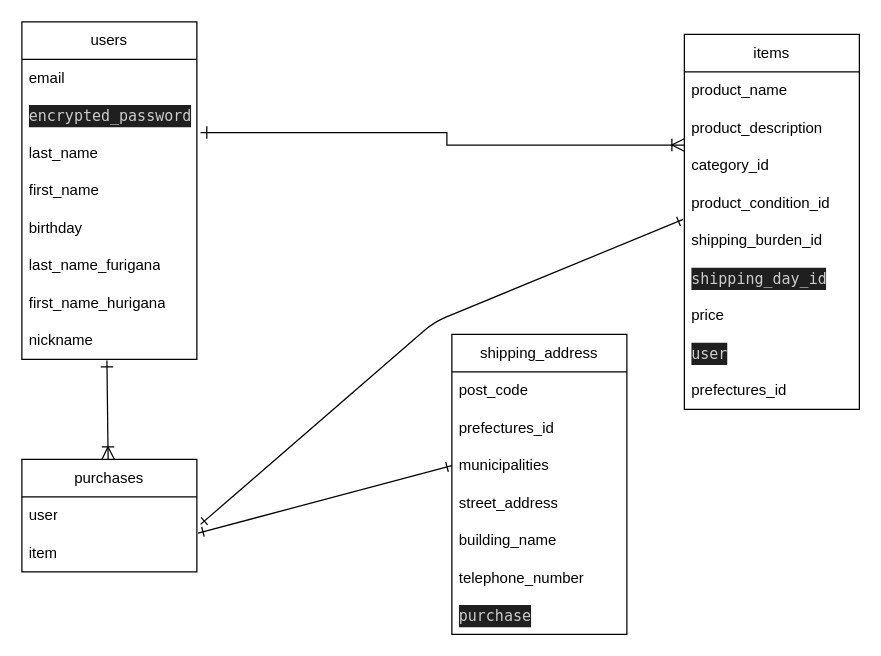
This is app/views/test.dio from nagano19840910/furima-40222, a draw.io file, before an edit. Source tidied: cells renumbered, new cells numbered last; positions are measured from the earlier drawing's top-left corner, leaving out a move shared by most shapes. Both pictures are drawn from the tidied source at 125%, with x=0, y=0 at pixel (21, 21).
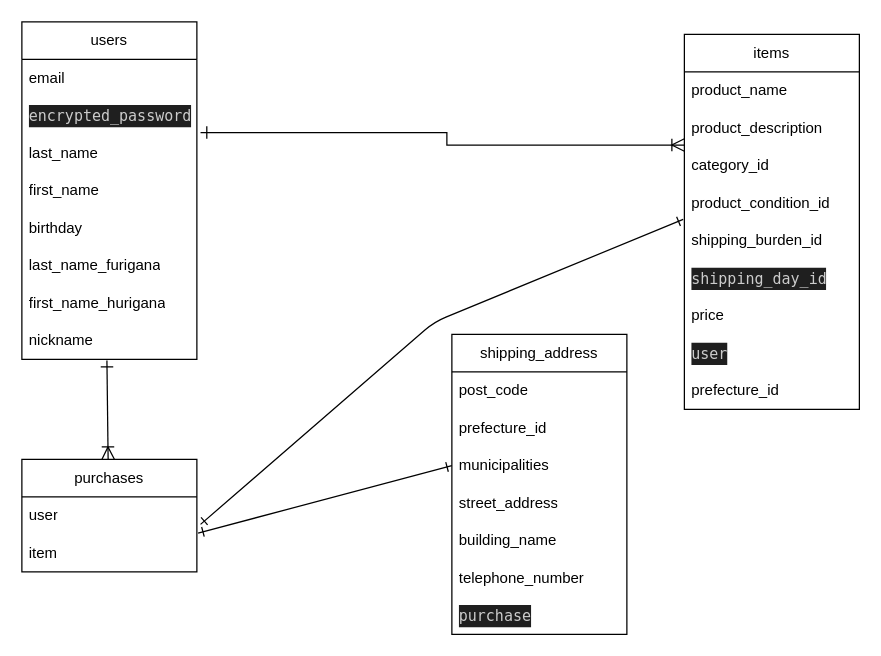
The same diagram, later.

Commit message (it also covers changes not shown here):
データベースコミット１５

Unchanged cells that the change refers to:
```xml
<mxCell id="11" value="items" style="swimlane;fontStyle=0;horizontal=1;startSize=30;whiteSpace=wrap;html=1;" parent="1" vertex="1">
  <mxGeometry x="530" y="10" width="140" height="300" as="geometry" />
</mxCell>
<mxCell id="26" value="shipping_address" style="swimlane;fontStyle=0;horizontal=1;startSize=30;whiteSpace=wrap;html=1;" parent="1" vertex="1">
  <mxGeometry x="344" y="250" width="140" height="240" as="geometry" />
</mxCell>
```

The edit, as a diff of the source:
```diff
@@
-    <mxCell id="20" value="prefectures_id" style="text;strokeColor=none;fillColor=none;align=left;verticalAlign=middle;spacingLeft=4;spacingRight=4;overflow=hidden;whiteSpace=wrap;html=1;" parent="11" vertex="1">
+    <mxCell id="20" value="prefecture_id" style="text;strokeColor=none;fillColor=none;align=left;verticalAlign=middle;spacingLeft=4;spacingRight=4;overflow=hidden;whiteSpace=wrap;html=1;" parent="11" vertex="1">
       <mxGeometry y="270" width="140" height="30" as="geometry" />
     </mxCell>
@@
-    <mxCell id="28" value="prefectures_id" style="text;strokeColor=none;fillColor=none;align=left;verticalAlign=middle;spacingLeft=4;spacingRight=4;overflow=hidden;whiteSpace=wrap;html=1;" parent="26" vertex="1">
+    <mxCell id="28" value="prefecture_id" style="text;strokeColor=none;fillColor=none;align=left;verticalAlign=middle;spacingLeft=4;spacingRight=4;overflow=hidden;whiteSpace=wrap;html=1;" parent="26" vertex="1">
       <mxGeometry y="60" width="140" height="30" as="geometry" />
     </mxCell>
```
